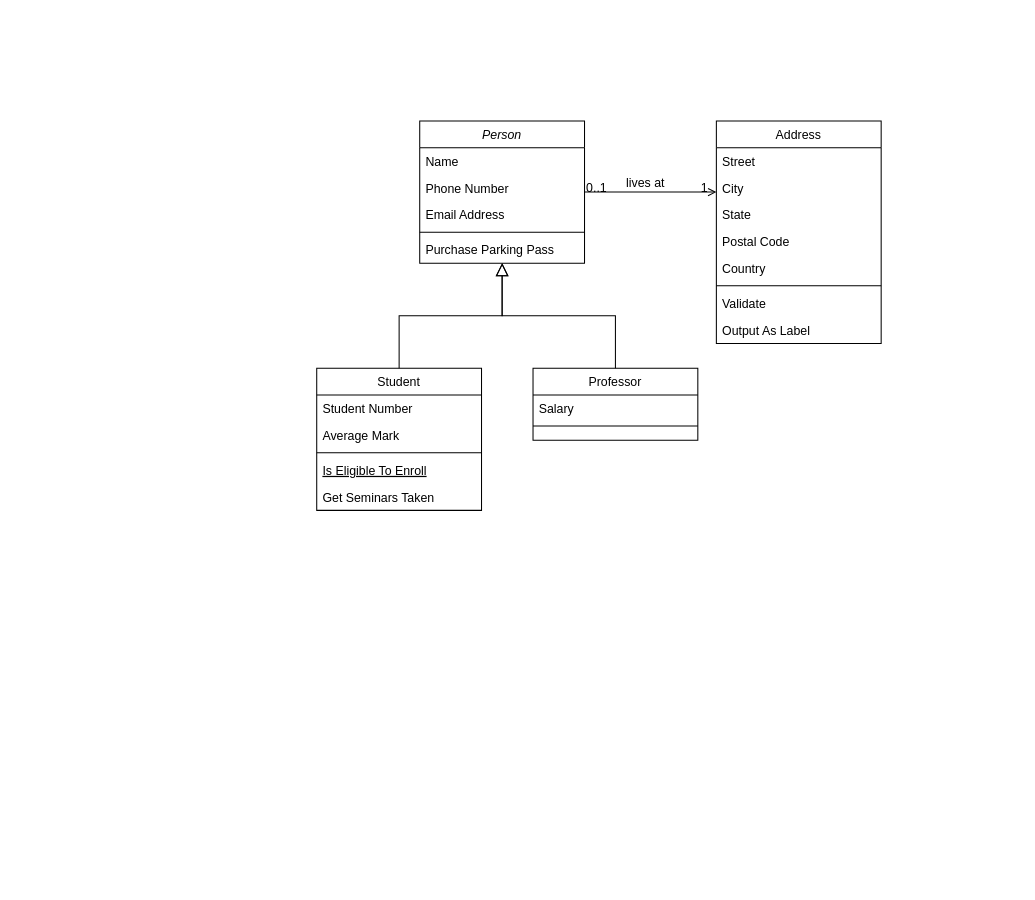
The draw.io diagram Biểu đồ không có tiêu đề.drawio in desod-vn/desod-vn, before the edit. Source tidied: cells renumbered, new cells numbered last; positions are measured from the earlier drawing's top-left corner, leaving out a move shared by most shapes. Both pictures are drawn from the tidied source at 103%, with x=0, y=0 at pixel (316, 121).
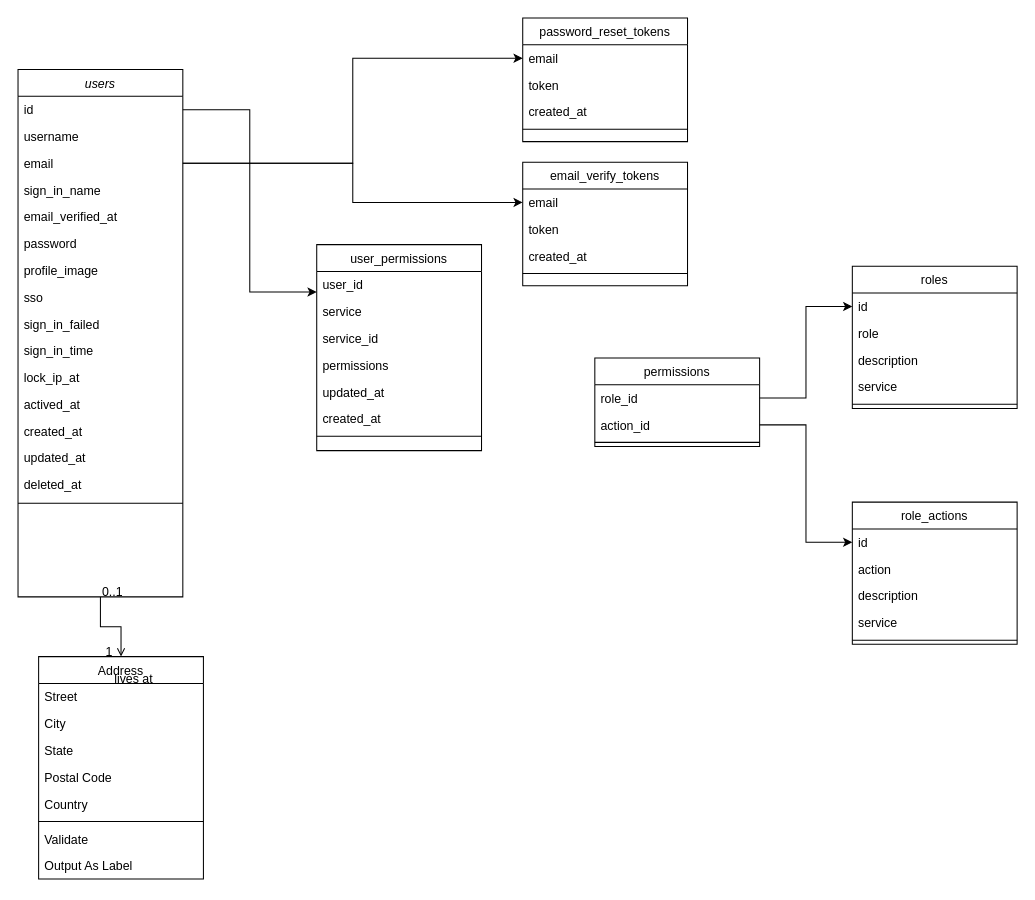
After the change.

Commit message (it also covers changes not shown here):
Cập nhật Biểu đồ không có tiêu đề.drawio

Change to the diagram source:
```diff
@@
-    <mxCell id="2" value="Person" style="swimlane;fontStyle=2;align=center;verticalAlign=top;horizontal=1;startSize=26;rounded=0;shadow=0;strokeWidth=1;" parent="1" vertex="1">
-      <mxGeometry x="100" width="160" height="138" as="geometry" />
+    <mxCell id="2" value="users" style="swimlane;fontStyle=2;align=center;verticalAlign=top;horizontal=1;startSize=26;rounded=0;shadow=0;strokeWidth=1;" parent="1" vertex="1">
+      <mxGeometry x="-290" y="-50" width="160" height="512" as="geometry" />
     </mxCell>
+    <mxCell id="32" value="id" style="text;align=left;verticalAlign=top;spacingLeft=4;spacingRight=4;overflow=hidden;points=[[0,0.5],[1,0.5]];portConstraint=eastwest;" parent="2" vertex="1">
+      <mxGeometry y="26" width="160" height="26" as="geometry" />
+    </mxCell>
-    <mxCell id="3" value="Name" style="text;align=left;verticalAlign=top;spacingLeft=4;spacingRight=4;overflow=hidden;" parent="2" vertex="1">
-      <mxGeometry y="26" width="160" height="26" as="geometry" />
+    <mxCell id="3" value="username" style="text;align=left;verticalAlign=top;spacingLeft=4;spacingRight=4;overflow=hidden;" parent="2" vertex="1">
+      <mxGeometry y="52" width="160" height="26" as="geometry" />
     </mxCell>
-    <mxCell id="4" value="Phone Number" style="text;align=left;verticalAlign=top;spacingLeft=4;spacingRight=4;overflow=hidden;points=[[0,0.5],[1,0.5]];portConstraint=eastwest;rounded=0;shadow=0;html=0;" parent="2" vertex="1">
-      <mxGeometry y="52" width="160" height="26" as="geometry" />
+    <mxCell id="4" value="email" style="text;align=left;verticalAlign=top;spacingLeft=4;spacingRight=4;overflow=hidden;points=[[0,0.5],[1,0.5]];portConstraint=eastwest;rounded=0;shadow=0;html=0;" parent="2" vertex="1">
+      <mxGeometry y="78" width="160" height="26" as="geometry" />
     </mxCell>
-    <mxCell id="5" value="Email Address" style="text;align=left;verticalAlign=top;spacingLeft=4;spacingRight=4;overflow=hidden;rounded=0;shadow=0;html=0;" parent="2" vertex="1">
-      <mxGeometry y="78" width="160" height="26" as="geometry" />
+    <mxCell id="5" value="sign_in_name" style="text;align=left;verticalAlign=top;spacingLeft=4;spacingRight=4;overflow=hidden;rounded=0;shadow=0;html=0;" parent="2" vertex="1">
+      <mxGeometry y="104" width="160" height="26" as="geometry" />
     </mxCell>
+    <mxCell id="7" value="email_verified_at" style="text;align=left;verticalAlign=top;spacingLeft=4;spacingRight=4;overflow=hidden;" parent="2" vertex="1">
+      <mxGeometry y="130" width="160" height="26" as="geometry" />
+    </mxCell>
+    <mxCell id="33" value="password" style="text;align=left;verticalAlign=top;spacingLeft=4;spacingRight=4;overflow=hidden;" parent="2" vertex="1">
+      <mxGeometry y="156" width="160" height="26" as="geometry" />
+    </mxCell>
+    <mxCell id="34" value="profile_image" style="text;align=left;verticalAlign=top;spacingLeft=4;spacingRight=4;overflow=hidden;" parent="2" vertex="1">
+      <mxGeometry y="182" width="160" height="26" as="geometry" />
+    </mxCell>
+    <mxCell id="35" value="sso" style="text;align=left;verticalAlign=top;spacingLeft=4;spacingRight=4;overflow=hidden;" parent="2" vertex="1">
+      <mxGeometry y="208" width="160" height="26" as="geometry" />
+    </mxCell>
+    <mxCell id="36" value="sign_in_failed" style="text;align=left;verticalAlign=top;spacingLeft=4;spacingRight=4;overflow=hidden;rounded=0;shadow=0;html=0;" parent="2" vertex="1">
+      <mxGeometry y="234" width="160" height="26" as="geometry" />
+    </mxCell>
+    <mxCell id="37" value="sign_in_time" style="text;align=left;verticalAlign=top;spacingLeft=4;spacingRight=4;overflow=hidden;rounded=0;shadow=0;html=0;" parent="2" vertex="1">
+      <mxGeometry y="260" width="160" height="26" as="geometry" />
+    </mxCell>
+    <mxCell id="38" value="lock_ip_at" style="text;align=left;verticalAlign=top;spacingLeft=4;spacingRight=4;overflow=hidden;rounded=0;shadow=0;html=0;" parent="2" vertex="1">
+      <mxGeometry y="286" width="160" height="26" as="geometry" />
+    </mxCell>
+    <mxCell id="39" value="actived_at" style="text;align=left;verticalAlign=top;spacingLeft=4;spacingRight=4;overflow=hidden;rounded=0;shadow=0;html=0;" parent="2" vertex="1">
+      <mxGeometry y="312" width="160" height="26" as="geometry" />
+    </mxCell>
+    <mxCell id="40" value="created_at" style="text;align=left;verticalAlign=top;spacingLeft=4;spacingRight=4;overflow=hidden;rounded=0;shadow=0;html=0;" parent="2" vertex="1">
+      <mxGeometry y="338" width="160" height="26" as="geometry" />
+    </mxCell>
+    <mxCell id="41" value="updated_at" style="text;align=left;verticalAlign=top;spacingLeft=4;spacingRight=4;overflow=hidden;rounded=0;shadow=0;html=0;" parent="2" vertex="1">
+      <mxGeometry y="364" width="160" height="26" as="geometry" />
+    </mxCell>
+    <mxCell id="42" value="deleted_at" style="text;align=left;verticalAlign=top;spacingLeft=4;spacingRight=4;overflow=hidden;rounded=0;shadow=0;html=0;" parent="2" vertex="1">
+      <mxGeometry y="390" width="160" height="26" as="geometry" />
+    </mxCell>
     <mxCell id="6" style="line;html=1;strokeWidth=1;align=left;verticalAlign=middle;spacingTop=-1;spacingLeft=3;spacingRight=3;labelPosition=right;" parent="2" vertex="1">
-      <mxGeometry y="104" width="160" height="8" as="geometry" />
+      <mxGeometry y="416" width="160" height="10" as="geometry" />
     </mxCell>
-    <mxCell id="7" value="Purchase Parking Pass" style="text;align=left;verticalAlign=top;spacingLeft=4;spacingRight=4;overflow=hidden;" parent="2" vertex="1">
-      <mxGeometry y="112" width="160" height="26" as="geometry" />
-    </mxCell>
-    <mxCell id="8" value="Student" style="swimlane;fontStyle=0;align=center;verticalAlign=top;horizontal=1;startSize=26;rounded=0;shadow=0;strokeWidth=1;" parent="1" vertex="1">
-      <mxGeometry y="240" width="160" height="138" as="geometry" />
+    <mxCell id="8" value="roles" style="swimlane;fontStyle=0;align=center;verticalAlign=top;horizontal=1;startSize=26;rounded=0;shadow=0;strokeWidth=1;" parent="1" vertex="1">
+      <mxGeometry x="520" y="141" width="160" height="138" as="geometry" />
     </mxCell>
-    <mxCell id="9" value="Student Number" style="text;align=left;verticalAlign=top;spacingLeft=4;spacingRight=4;overflow=hidden;points=[[0,0.5],[1,0.5]];portConstraint=eastwest;" parent="8" vertex="1">
+    <mxCell id="9" value="id" style="text;align=left;verticalAlign=top;spacingLeft=4;spacingRight=4;overflow=hidden;points=[[0,0.5],[1,0.5]];portConstraint=eastwest;" parent="8" vertex="1">
       <mxGeometry y="26" width="160" height="26" as="geometry" />
     </mxCell>
-    <mxCell id="10" value="Average Mark" style="text;align=left;verticalAlign=top;spacingLeft=4;spacingRight=4;overflow=hidden;rounded=0;shadow=0;html=0;" parent="8" vertex="1">
+    <mxCell id="10" value="role" style="text;align=left;verticalAlign=top;spacingLeft=4;spacingRight=4;overflow=hidden;rounded=0;shadow=0;html=0;" parent="8" vertex="1">
       <mxGeometry y="52" width="160" height="26" as="geometry" />
     </mxCell>
+    <mxCell id="43" value="description" style="text;align=left;verticalAlign=top;spacingLeft=4;spacingRight=4;overflow=hidden;rounded=0;shadow=0;html=0;" parent="8" vertex="1">
+      <mxGeometry y="78" width="160" height="26" as="geometry" />
+    </mxCell>
+    <mxCell id="44" value="service" style="text;align=left;verticalAlign=top;spacingLeft=4;spacingRight=4;overflow=hidden;" parent="8" vertex="1">
+      <mxGeometry y="104" width="160" height="26" as="geometry" />
+    </mxCell>
     <mxCell id="11" style="line;html=1;strokeWidth=1;align=left;verticalAlign=middle;spacingTop=-1;spacingLeft=3;spacingRight=3;labelPosition=right;" parent="8" vertex="1">
-      <mxGeometry y="78" width="160" height="8" as="geometry" />
+      <mxGeometry y="130" width="160" height="8" as="geometry" />
     </mxCell>
-    <mxCell id="12" value="Is Eligible To Enroll" style="text;align=left;verticalAlign=top;spacingLeft=4;spacingRight=4;overflow=hidden;fontStyle=4;" parent="8" vertex="1">
-      <mxGeometry y="86" width="160" height="26" as="geometry" />
-    </mxCell>
-    <mxCell id="13" value="Get Seminars Taken" style="text;align=left;verticalAlign=top;spacingLeft=4;spacingRight=4;overflow=hidden;" parent="8" vertex="1">
-      <mxGeometry y="112" width="160" height="26" as="geometry" />
-    </mxCell>
-    <mxCell id="14" style="endArrow=block;endSize=10;endFill=0;shadow=0;strokeWidth=1;rounded=0;edgeStyle=elbowEdgeStyle;elbow=vertical;" parent="1" edge="1" source="8" target="2">
-      <mxGeometry relative="1" as="geometry" />
-    </mxCell>
-    <mxCell id="15" value="Professor" style="swimlane;fontStyle=0;align=center;verticalAlign=top;horizontal=1;startSize=26;rounded=0;shadow=0;strokeWidth=1;" parent="1" vertex="1">
-      <mxGeometry x="210" y="240" width="160" height="70" as="geometry" />
-    </mxCell>
-    <mxCell id="16" value="Salary" style="text;align=left;verticalAlign=top;spacingLeft=4;spacingRight=4;overflow=hidden;" parent="15" vertex="1">
-      <mxGeometry y="26" width="160" height="26" as="geometry" />
-    </mxCell>
-    <mxCell id="17" style="line;html=1;strokeWidth=1;align=left;verticalAlign=middle;spacingTop=-1;spacingLeft=3;spacingRight=3;labelPosition=right;" parent="15" vertex="1">
-      <mxGeometry y="52" width="160" height="8" as="geometry" />
-    </mxCell>
-    <mxCell id="18" style="endArrow=block;endSize=10;endFill=0;shadow=0;strokeWidth=1;rounded=0;edgeStyle=elbowEdgeStyle;elbow=vertical;" parent="1" edge="1" source="15" target="2">
-      <mxGeometry relative="1" as="geometry" />
-    </mxCell>
     <mxCell id="19" value="Address" style="swimlane;fontStyle=0;align=center;verticalAlign=top;horizontal=1;startSize=26;rounded=0;shadow=0;strokeWidth=1;" parent="1" vertex="1">
-      <mxGeometry x="388" width="160" height="216" as="geometry" />
+      <mxGeometry x="-270" y="520" width="160" height="216" as="geometry" />
     </mxCell>
@@
+    <mxCell id="45" value="password_reset_tokens" style="swimlane;fontStyle=0;align=center;verticalAlign=top;horizontal=1;startSize=26;rounded=0;shadow=0;strokeWidth=1;" parent="1" vertex="1">
+      <mxGeometry x="200" y="-100" width="160" height="120" as="geometry" />
+    </mxCell>
+    <mxCell id="46" value="email" style="text;align=left;verticalAlign=top;spacingLeft=4;spacingRight=4;overflow=hidden;points=[[0,0.5],[1,0.5]];portConstraint=eastwest;" parent="45" vertex="1">
+      <mxGeometry y="26" width="160" height="26" as="geometry" />
+    </mxCell>
+    <mxCell id="47" value="token" style="text;align=left;verticalAlign=top;spacingLeft=4;spacingRight=4;overflow=hidden;rounded=0;shadow=0;html=0;" parent="45" vertex="1">
+      <mxGeometry y="52" width="160" height="26" as="geometry" />
+    </mxCell>
+    <mxCell id="48" value="created_at" style="text;align=left;verticalAlign=top;spacingLeft=4;spacingRight=4;overflow=hidden;rounded=0;shadow=0;html=0;" parent="45" vertex="1">
+      <mxGeometry y="78" width="160" height="26" as="geometry" />
+    </mxCell>
+    <mxCell id="49" style="line;html=1;strokeWidth=1;align=left;verticalAlign=middle;spacingTop=-1;spacingLeft=3;spacingRight=3;labelPosition=right;" parent="45" vertex="1">
+      <mxGeometry y="104" width="160" height="8" as="geometry" />
+    </mxCell>
+    <mxCell id="50" value="email_verify_tokens" style="swimlane;fontStyle=0;align=center;verticalAlign=top;horizontal=1;startSize=26;rounded=0;shadow=0;strokeWidth=1;" parent="1" vertex="1">
+      <mxGeometry x="200" y="40" width="160" height="120" as="geometry" />
+    </mxCell>
+    <mxCell id="51" value="email" style="text;align=left;verticalAlign=top;spacingLeft=4;spacingRight=4;overflow=hidden;points=[[0,0.5],[1,0.5]];portConstraint=eastwest;" parent="50" vertex="1">
+      <mxGeometry y="26" width="160" height="26" as="geometry" />
+    </mxCell>
+    <mxCell id="52" value="token" style="text;align=left;verticalAlign=top;spacingLeft=4;spacingRight=4;overflow=hidden;rounded=0;shadow=0;html=0;" parent="50" vertex="1">
+      <mxGeometry y="52" width="160" height="26" as="geometry" />
+    </mxCell>
+    <mxCell id="53" value="created_at" style="text;align=left;verticalAlign=top;spacingLeft=4;spacingRight=4;overflow=hidden;rounded=0;shadow=0;html=0;" parent="50" vertex="1">
+      <mxGeometry y="78" width="160" height="26" as="geometry" />
+    </mxCell>
+    <mxCell id="54" style="line;html=1;strokeWidth=1;align=left;verticalAlign=middle;spacingTop=-1;spacingLeft=3;spacingRight=3;labelPosition=right;" parent="50" vertex="1">
+      <mxGeometry y="104" width="160" height="8" as="geometry" />
+    </mxCell>
+    <mxCell id="55" value="user_permissions" style="swimlane;fontStyle=0;align=center;verticalAlign=top;horizontal=1;startSize=26;rounded=0;shadow=0;strokeWidth=1;" parent="1" vertex="1">
+      <mxGeometry y="120" width="160" height="200" as="geometry" />
+    </mxCell>
+    <mxCell id="56" value="user_id" style="text;align=left;verticalAlign=top;spacingLeft=4;spacingRight=4;overflow=hidden;points=[[0,0.5],[1,0.5]];portConstraint=eastwest;" parent="55" vertex="1">
+      <mxGeometry y="26" width="160" height="26" as="geometry" />
+    </mxCell>
+    <mxCell id="57" value="service" style="text;align=left;verticalAlign=top;spacingLeft=4;spacingRight=4;overflow=hidden;" parent="55" vertex="1">
+      <mxGeometry y="52" width="160" height="26" as="geometry" />
+    </mxCell>
+    <mxCell id="58" value="service_id" style="text;align=left;verticalAlign=top;spacingLeft=4;spacingRight=4;overflow=hidden;" parent="55" vertex="1">
+      <mxGeometry y="78" width="160" height="26" as="geometry" />
+    </mxCell>
+    <mxCell id="59" value="permissions" style="text;align=left;verticalAlign=top;spacingLeft=4;spacingRight=4;overflow=hidden;rounded=0;shadow=0;html=0;" parent="55" vertex="1">
+      <mxGeometry y="104" width="160" height="26" as="geometry" />
+    </mxCell>
+    <mxCell id="60" value="updated_at" style="text;align=left;verticalAlign=top;spacingLeft=4;spacingRight=4;overflow=hidden;rounded=0;shadow=0;html=0;" parent="55" vertex="1">
+      <mxGeometry y="130" width="160" height="26" as="geometry" />
+    </mxCell>
+    <mxCell id="61" value="created_at" style="text;align=left;verticalAlign=top;spacingLeft=4;spacingRight=4;overflow=hidden;rounded=0;shadow=0;html=0;" parent="55" vertex="1">
+      <mxGeometry y="156" width="160" height="26" as="geometry" />
+    </mxCell>
+    <mxCell id="62" style="line;html=1;strokeWidth=1;align=left;verticalAlign=middle;spacingTop=-1;spacingLeft=3;spacingRight=3;labelPosition=right;" parent="55" vertex="1">
+      <mxGeometry y="182" width="160" height="8" as="geometry" />
+    </mxCell>
+    <mxCell id="63" style="edgeStyle=orthogonalEdgeStyle;rounded=0;jettySize=auto;html=1;exitX=1;exitY=0.5;exitDx=0;exitDy=0;entryX=0;entryY=0.5;entryDx=0;entryDy=0;" parent="1" edge="1" source="4" target="46">
+      <mxGeometry relative="1" as="geometry" />
+    </mxCell>
+    <mxCell id="64" style="edgeStyle=orthogonalEdgeStyle;rounded=0;jettySize=auto;html=1;exitX=1;exitY=0.5;exitDx=0;exitDy=0;entryX=0;entryY=0.5;entryDx=0;entryDy=0;" parent="1" edge="1" source="4" target="51">
+      <mxGeometry relative="1" as="geometry" />
+    </mxCell>
+    <mxCell id="65" style="edgeStyle=orthogonalEdgeStyle;rounded=0;jettySize=auto;html=1;exitX=1;exitY=0.5;exitDx=0;exitDy=0;entryX=0;entryY=0.769;entryDx=0;entryDy=0;entryPerimeter=0;" parent="1" edge="1" source="32" target="56">
+      <mxGeometry relative="1" as="geometry" />
+    </mxCell>
+    <mxCell id="66" value="role_actions" style="swimlane;fontStyle=0;align=center;verticalAlign=top;horizontal=1;startSize=26;rounded=0;shadow=0;strokeWidth=1;" parent="1" vertex="1">
+      <mxGeometry x="520" y="370" width="160" height="138" as="geometry" />
+    </mxCell>
+    <mxCell id="67" value="id" style="text;align=left;verticalAlign=top;spacingLeft=4;spacingRight=4;overflow=hidden;points=[[0,0.5],[1,0.5]];portConstraint=eastwest;" parent="66" vertex="1">
+      <mxGeometry y="26" width="160" height="26" as="geometry" />
+    </mxCell>
+    <mxCell id="68" value="action" style="text;align=left;verticalAlign=top;spacingLeft=4;spacingRight=4;overflow=hidden;rounded=0;shadow=0;html=0;" parent="66" vertex="1">
+      <mxGeometry y="52" width="160" height="26" as="geometry" />
+    </mxCell>
+    <mxCell id="69" value="description" style="text;align=left;verticalAlign=top;spacingLeft=4;spacingRight=4;overflow=hidden;rounded=0;shadow=0;html=0;" parent="66" vertex="1">
+      <mxGeometry y="78" width="160" height="26" as="geometry" />
+    </mxCell>
+    <mxCell id="70" value="service" style="text;align=left;verticalAlign=top;spacingLeft=4;spacingRight=4;overflow=hidden;" parent="66" vertex="1">
+      <mxGeometry y="104" width="160" height="26" as="geometry" />
+    </mxCell>
+    <mxCell id="71" style="line;html=1;strokeWidth=1;align=left;verticalAlign=middle;spacingTop=-1;spacingLeft=3;spacingRight=3;labelPosition=right;" parent="66" vertex="1">
+      <mxGeometry y="130" width="160" height="8" as="geometry" />
+    </mxCell>
+    <mxCell id="72" value="permissions" style="swimlane;fontStyle=0;align=center;verticalAlign=top;horizontal=1;startSize=26;rounded=0;shadow=0;strokeWidth=1;" parent="1" vertex="1">
+      <mxGeometry x="270" y="230" width="160" height="86" as="geometry" />
+    </mxCell>
+    <mxCell id="73" value="role_id" style="text;align=left;verticalAlign=top;spacingLeft=4;spacingRight=4;overflow=hidden;points=[[0,0.5],[1,0.5]];portConstraint=eastwest;" parent="72" vertex="1">
+      <mxGeometry y="26" width="160" height="26" as="geometry" />
+    </mxCell>
+    <mxCell id="74" value="action_id" style="text;align=left;verticalAlign=top;spacingLeft=4;spacingRight=4;overflow=hidden;points=[[0,0.5],[1,0.5]];portConstraint=eastwest;" parent="72" vertex="1">
+      <mxGeometry y="52" width="160" height="26" as="geometry" />
+    </mxCell>
+    <mxCell id="75" style="line;html=1;strokeWidth=1;align=left;verticalAlign=middle;spacingTop=-1;spacingLeft=3;spacingRight=3;labelPosition=right;" parent="72" vertex="1">
+      <mxGeometry y="78" width="160" height="8" as="geometry" />
+    </mxCell>
+    <mxCell id="76" style="edgeStyle=orthogonalEdgeStyle;rounded=0;jettySize=auto;html=1;exitX=1;exitY=0.5;exitDx=0;exitDy=0;entryX=0;entryY=0.5;entryDx=0;entryDy=0;" parent="1" edge="1" source="73" target="9">
+      <mxGeometry relative="1" as="geometry" />
+    </mxCell>
+    <mxCell id="77" style="edgeStyle=orthogonalEdgeStyle;rounded=0;jettySize=auto;html=1;exitX=1;exitY=0.5;exitDx=0;exitDy=0;entryX=0;entryY=0.5;entryDx=0;entryDy=0;" parent="1" edge="1" source="74" target="67">
+      <mxGeometry relative="1" as="geometry" />
+    </mxCell>
```
